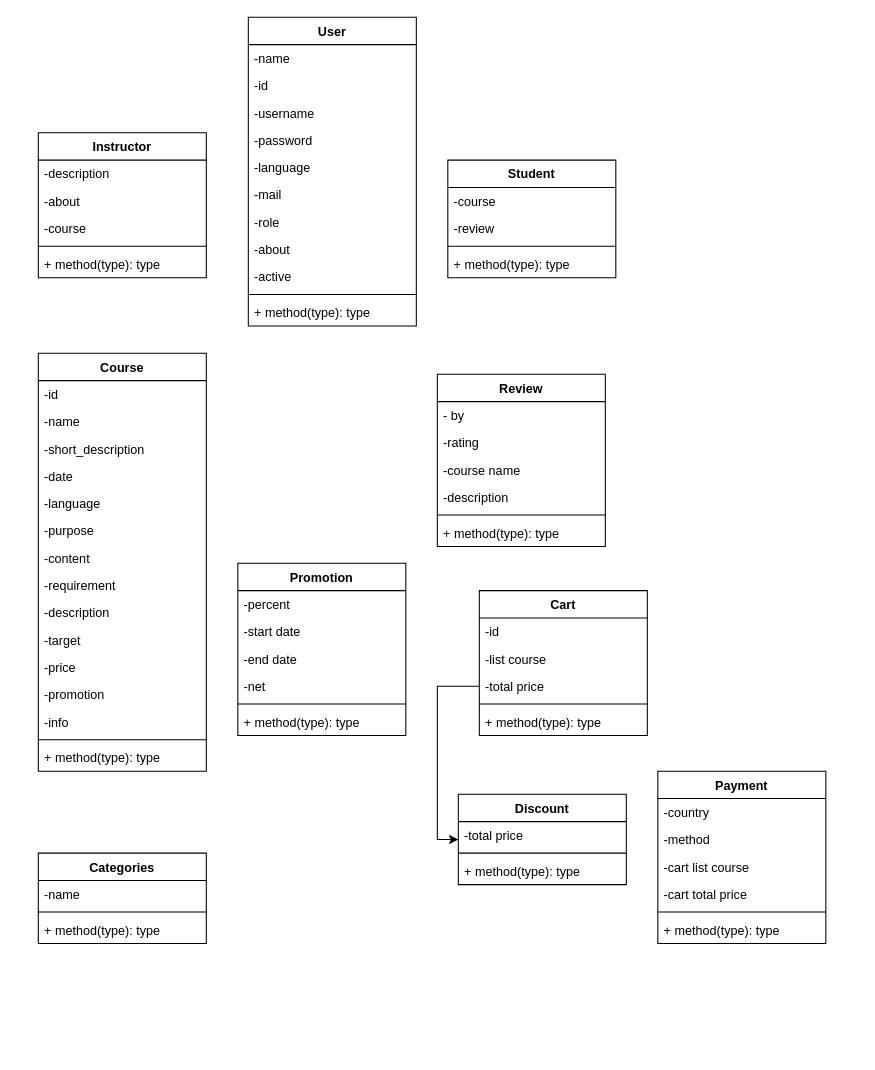
pratanporn13promax/OOP-Class-Sequence-UseCase-Diagram keeps this draw.io diagram as class.drawio. Above is the earlier version. Source tidied: cells renumbered, new cells numbered last; positions are measured from the earlier drawing's top-left corner, leaving out a move shared by most shapes. Both pictures are drawn from the tidied source at 105%, with x=0, y=0 at pixel (38, 17).
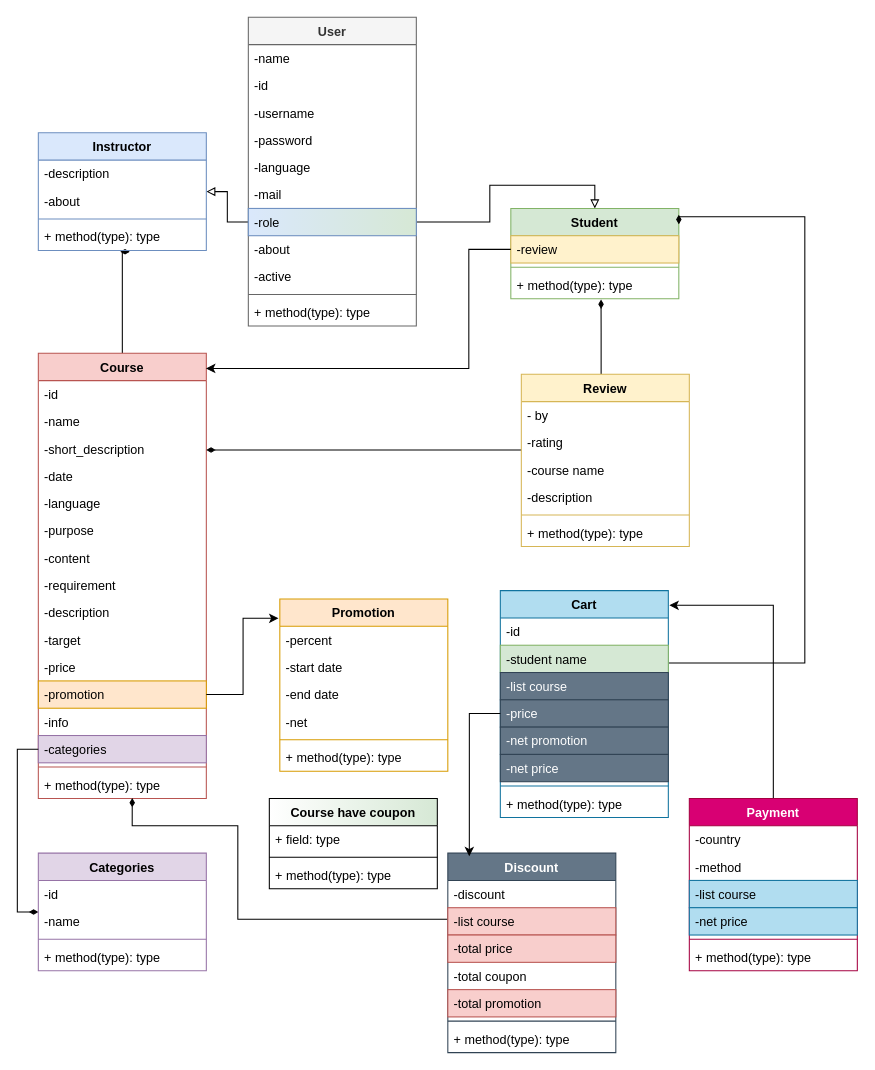
The same diagram, later.

Change to the diagram source:
```diff
@@
+    <mxCell id="77" style="edgeStyle=orthogonalEdgeStyle;rounded=0;jettySize=auto;html=1;endArrow=diamondThin;endFill=1;entryX=0.488;entryY=1.05;entryDx=0;entryDy=0;entryPerimeter=0;" parent="1" edge="1" source="2" target="23">
+      <mxGeometry relative="1" as="geometry">
+        <Array as="points">
+          <mxPoint x="80" y="223" />
+        </Array>
+      </mxGeometry>
+    </mxCell>
-    <mxCell id="2" value="Course" style="swimlane;fontStyle=1;align=center;verticalAlign=top;horizontal=1;startSize=26;" parent="1" vertex="1">
-      <mxGeometry y="320" width="160" height="398" as="geometry" />
+    <mxCell id="2" value="Course" style="swimlane;fontStyle=1;align=center;verticalAlign=top;horizontal=1;startSize=26;fillColor=#f8cecc;strokeColor=#b85450;" parent="1" vertex="1">
+      <mxGeometry y="320" width="160" height="424" as="geometry" />
     </mxCell>
@@
-    <mxCell id="14" value="-promotion" style="text;strokeColor=none;fillColor=none;align=left;verticalAlign=top;spacingLeft=4;spacingRight=4;overflow=hidden;points=[[0,0.5],[1,0.5]];portConstraint=eastwest;" parent="2" vertex="1">
+    <mxCell id="14" value="-promotion" style="text;strokeColor=#d79b00;fillColor=#ffe6cc;align=left;verticalAlign=top;spacingLeft=4;spacingRight=4;overflow=hidden;points=[[0,0.5],[1,0.5]];portConstraint=eastwest;" parent="2" vertex="1">
       <mxGeometry y="312" width="160" height="26" as="geometry" />
     </mxCell>
+    <mxCell id="78" value="-info" style="text;strokeColor=none;fillColor=none;align=left;verticalAlign=top;spacingLeft=4;spacingRight=4;overflow=hidden;" parent="2" vertex="1">
+      <mxGeometry y="338" width="160" height="26" as="geometry" />
+    </mxCell>
-    <mxCell id="15" value="-info" style="text;strokeColor=none;fillColor=none;align=left;verticalAlign=top;spacingLeft=4;spacingRight=4;overflow=hidden;points=[[0,0.5],[1,0.5]];portConstraint=eastwest;" parent="2" vertex="1">
-      <mxGeometry y="338" width="160" height="26" as="geometry" />
+    <mxCell id="15" value="-categories" style="text;strokeColor=#9673a6;fillColor=#e1d5e7;align=left;verticalAlign=top;spacingLeft=4;spacingRight=4;overflow=hidden;points=[[0,0.5],[1,0.5]];portConstraint=eastwest;" parent="2" vertex="1">
+      <mxGeometry y="364" width="160" height="26" as="geometry" />
     </mxCell>
     <mxCell id="16" style="line;strokeWidth=1;fillColor=none;align=left;verticalAlign=middle;spacingTop=-1;spacingLeft=3;spacingRight=3;labelPosition=right;strokeColor=inherit;" parent="2" vertex="1">
-      <mxGeometry y="364" width="160" height="8" as="geometry" />
+      <mxGeometry y="390" width="160" height="8" as="geometry" />
     </mxCell>
     <mxCell id="17" value="+ method(type): type" style="text;strokeColor=none;fillColor=none;align=left;verticalAlign=top;spacingLeft=4;spacingRight=4;overflow=hidden;points=[[0,0.5],[1,0.5]];portConstraint=eastwest;" parent="2" vertex="1">
-      <mxGeometry y="372" width="160" height="26" as="geometry" />
+      <mxGeometry y="398" width="160" height="26" as="geometry" />
     </mxCell>
+    <mxCell id="79" style="edgeStyle=orthogonalEdgeStyle;rounded=0;jettySize=auto;html=1;endArrow=none;endFill=0;startArrow=block;startFill=0;" parent="1" edge="1" source="18" target="36">
+      <mxGeometry relative="1" as="geometry" />
+    </mxCell>
-    <mxCell id="18" value="Instructor" style="swimlane;fontStyle=1;align=center;verticalAlign=top;horizontal=1;startSize=26;" parent="1" vertex="1">
-      <mxGeometry y="110" width="160" height="138" as="geometry" />
+    <mxCell id="18" value="Instructor" style="swimlane;fontStyle=1;align=center;verticalAlign=top;horizontal=1;startSize=26;fillColor=#dae8fc;strokeColor=#6c8ebf;" parent="1" vertex="1">
+      <mxGeometry y="110" width="160" height="112" as="geometry" />
     </mxCell>
@@
-    <mxCell id="21" value="-course" style="text;strokeColor=none;fillColor=none;align=left;verticalAlign=top;spacingLeft=4;spacingRight=4;overflow=hidden;" parent="18" vertex="1">
-      <mxGeometry y="78" width="160" height="26" as="geometry" />
-    </mxCell>
     <mxCell id="22" style="line;strokeWidth=1;fillColor=none;align=left;verticalAlign=middle;spacingTop=-1;spacingLeft=3;spacingRight=3;labelPosition=right;strokeColor=inherit;" parent="18" vertex="1">
-      <mxGeometry y="104" width="160" height="8" as="geometry" />
+      <mxGeometry y="78" width="160" height="8" as="geometry" />
     </mxCell>
     <mxCell id="23" value="+ method(type): type" style="text;strokeColor=none;fillColor=none;align=left;verticalAlign=top;spacingLeft=4;spacingRight=4;overflow=hidden;points=[[0,0.5],[1,0.5]];portConstraint=eastwest;" parent="18" vertex="1">
-      <mxGeometry y="112" width="160" height="26" as="geometry" />
+      <mxGeometry y="86" width="160" height="26" as="geometry" />
     </mxCell>
+    <mxCell id="80" style="edgeStyle=orthogonalEdgeStyle;rounded=0;jettySize=auto;html=1;endArrow=none;endFill=0;startArrow=block;startFill=0;" parent="1" edge="1" source="24" target="36">
+      <mxGeometry relative="1" as="geometry">
+        <Array as="points">
+          <mxPoint x="530" y="160" />
+          <mxPoint x="430" y="160" />
+          <mxPoint x="430" y="195" />
+        </Array>
+      </mxGeometry>
+    </mxCell>
-    <mxCell id="24" value="Student" style="swimlane;fontStyle=1;align=center;verticalAlign=top;horizontal=1;startSize=26;" parent="1" vertex="1">
-      <mxGeometry x="390" y="136" width="160" height="112" as="geometry" />
+    <mxCell id="24" value="Student" style="swimlane;fontStyle=1;align=center;verticalAlign=top;horizontal=1;startSize=26;fillColor=#d5e8d4;strokeColor=#82b366;" parent="1" vertex="1">
+      <mxGeometry x="450" y="182" width="160" height="86" as="geometry" />
     </mxCell>
-    <mxCell id="25" value="-course" style="text;strokeColor=none;fillColor=none;align=left;verticalAlign=top;spacingLeft=4;spacingRight=4;overflow=hidden;" parent="24" vertex="1">
-      <mxGeometry y="26" width="160" height="26" as="geometry" />
-    </mxCell>
-    <mxCell id="26" value="-review" style="text;strokeColor=none;fillColor=none;align=left;verticalAlign=top;spacingLeft=4;spacingRight=4;overflow=hidden;" parent="24" vertex="1">
-      <mxGeometry y="52" width="160" height="26" as="geometry" />
+    <mxCell id="26" value="-review" style="text;strokeColor=#d6b656;fillColor=#fff2cc;align=left;verticalAlign=top;spacingLeft=4;spacingRight=4;overflow=hidden;" parent="24" vertex="1">
+      <mxGeometry y="26" width="160" height="26" as="geometry" />
     </mxCell>
     <mxCell id="27" style="line;strokeWidth=1;fillColor=none;align=left;verticalAlign=middle;spacingTop=-1;spacingLeft=3;spacingRight=3;labelPosition=right;strokeColor=inherit;" parent="24" vertex="1">
-      <mxGeometry y="78" width="160" height="8" as="geometry" />
+      <mxGeometry y="52" width="160" height="8" as="geometry" />
     </mxCell>
     <mxCell id="28" value="+ method(type): type" style="text;strokeColor=none;fillColor=none;align=left;verticalAlign=top;spacingLeft=4;spacingRight=4;overflow=hidden;points=[[0,0.5],[1,0.5]];portConstraint=eastwest;" parent="24" vertex="1">
-      <mxGeometry y="86" width="160" height="26" as="geometry" />
+      <mxGeometry y="60" width="160" height="26" as="geometry" />
     </mxCell>
-    <mxCell id="29" value="User" style="swimlane;fontStyle=1;align=center;verticalAlign=top;horizontal=1;startSize=26;" parent="1" vertex="1">
+    <mxCell id="29" value="User" style="swimlane;fontStyle=1;align=center;verticalAlign=top;horizontal=1;startSize=26;fillColor=#f5f5f5;fontColor=#333333;strokeColor=#666666;" parent="1" vertex="1">
       <mxGeometry x="200" width="160" height="294" as="geometry" />
     </mxCell>
@@
-    <mxCell id="36" value="-role" style="text;strokeColor=none;fillColor=none;align=left;verticalAlign=top;spacingLeft=4;spacingRight=4;overflow=hidden;points=[[0,0.5],[1,0.5]];portConstraint=eastwest;" parent="29" vertex="1">
+    <mxCell id="36" value="-role" style="text;strokeColor=#6c8ebf;fillColor=#dae8fc;align=left;verticalAlign=top;spacingLeft=4;spacingRight=4;overflow=hidden;points=[[0,0.5],[1,0.5]];portConstraint=eastwest;gradientColor=#d6e8d5;gradientDirection=east;" parent="29" vertex="1">
       <mxGeometry y="182" width="160" height="26" as="geometry" />
     </mxCell>
@@
+    <mxCell id="81" style="edgeStyle=orthogonalEdgeStyle;rounded=0;jettySize=auto;html=1;entryX=0.537;entryY=1.027;entryDx=0;entryDy=0;startArrow=none;startFill=0;endArrow=diamondThin;endFill=1;entryPerimeter=0;" parent="1" edge="1" source="41" target="28">
+      <mxGeometry relative="1" as="geometry">
+        <Array as="points">
+          <mxPoint x="536" y="300" />
+          <mxPoint x="536" y="300" />
+        </Array>
+      </mxGeometry>
+    </mxCell>
+    <mxCell id="82" style="edgeStyle=orthogonalEdgeStyle;rounded=0;jettySize=auto;html=1;startArrow=none;startFill=0;endArrow=diamondThin;endFill=1;" parent="1" edge="1" source="41" target="2">
+      <mxGeometry relative="1" as="geometry">
+        <Array as="points">
+          <mxPoint x="240" y="412" />
+          <mxPoint x="240" y="412" />
+        </Array>
+      </mxGeometry>
+    </mxCell>
-    <mxCell id="41" value="Review" style="swimlane;fontStyle=1;align=center;verticalAlign=top;horizontal=1;startSize=26;" parent="1" vertex="1">
-      <mxGeometry x="380" y="340" width="160" height="164" as="geometry" />
+    <mxCell id="41" value="Review" style="swimlane;fontStyle=1;align=center;verticalAlign=top;horizontal=1;startSize=26;fillColor=#fff2cc;strokeColor=#d6b656;" parent="1" vertex="1">
+      <mxGeometry x="460" y="340" width="160" height="164" as="geometry" />
     </mxCell>
@@
+    <mxCell id="83" style="edgeStyle=orthogonalEdgeStyle;rounded=0;jettySize=auto;html=1;entryX=0;entryY=0.5;entryDx=0;entryDy=0;startArrow=diamondThin;startFill=1;endArrow=none;endFill=0;" parent="1" edge="1" source="48" target="15">
+      <mxGeometry relative="1" as="geometry">
+        <Array as="points">
+          <mxPoint x="-20" y="852" />
+          <mxPoint x="-20" y="697" />
+        </Array>
+      </mxGeometry>
+    </mxCell>
-    <mxCell id="48" value="Categories" style="swimlane;fontStyle=1;align=center;verticalAlign=top;horizontal=1;startSize=26;" parent="1" vertex="1">
-      <mxGeometry y="796" width="160" height="86" as="geometry" />
+    <mxCell id="48" value="Categories" style="swimlane;fontStyle=1;align=center;verticalAlign=top;horizontal=1;startSize=26;fillColor=#e1d5e7;strokeColor=#9673a6;" parent="1" vertex="1">
+      <mxGeometry y="796" width="160" height="112" as="geometry" />
     </mxCell>
+    <mxCell id="84" value="-id" style="text;strokeColor=none;fillColor=none;align=left;verticalAlign=top;spacingLeft=4;spacingRight=4;overflow=hidden;" parent="48" vertex="1">
+      <mxGeometry y="26" width="160" height="26" as="geometry" />
+    </mxCell>
     <mxCell id="49" value="-name" style="text;strokeColor=none;fillColor=none;align=left;verticalAlign=top;spacingLeft=4;spacingRight=4;overflow=hidden;" parent="48" vertex="1">
-      <mxGeometry y="26" width="160" height="26" as="geometry" />
+      <mxGeometry y="52" width="160" height="26" as="geometry" />
     </mxCell>
     <mxCell id="50" style="line;strokeWidth=1;fillColor=none;align=left;verticalAlign=middle;spacingTop=-1;spacingLeft=3;spacingRight=3;labelPosition=right;strokeColor=inherit;" parent="48" vertex="1">
-      <mxGeometry y="52" width="160" height="8" as="geometry" />
+      <mxGeometry y="78" width="160" height="8" as="geometry" />
     </mxCell>
     <mxCell id="51" value="+ method(type): type" style="text;strokeColor=none;fillColor=none;align=left;verticalAlign=top;spacingLeft=4;spacingRight=4;overflow=hidden;" parent="48" vertex="1">
-      <mxGeometry y="60" width="160" height="26" as="geometry" />
+      <mxGeometry y="86" width="160" height="26" as="geometry" />
     </mxCell>
+    <mxCell id="85" style="edgeStyle=orthogonalEdgeStyle;rounded=0;jettySize=auto;html=1;entryX=1;entryY=0.071;entryDx=0;entryDy=0;entryPerimeter=0;startArrow=none;startFill=0;endArrow=diamondThin;endFill=1;" parent="1" edge="1" source="52" target="24">
+      <mxGeometry relative="1" as="geometry">
+        <Array as="points">
+          <mxPoint x="730" y="615" />
+          <mxPoint x="730" y="190" />
+        </Array>
+      </mxGeometry>
+    </mxCell>
+    <mxCell id="86" style="edgeStyle=orthogonalEdgeStyle;rounded=0;jettySize=auto;html=1;startArrow=none;startFill=0;endArrow=diamondThin;endFill=1;entryX=0.559;entryY=0.979;entryDx=0;entryDy=0;entryPerimeter=0;" parent="1" edge="1" source="72" target="17">
+      <mxGeometry relative="1" as="geometry">
+        <Array as="points">
+          <mxPoint x="190" y="859" />
+          <mxPoint x="190" y="770" />
+          <mxPoint x="89" y="770" />
+        </Array>
+      </mxGeometry>
+    </mxCell>
-    <mxCell id="52" value="Cart" style="swimlane;fontStyle=1;align=center;verticalAlign=top;horizontal=1;startSize=26;" parent="1" vertex="1">
-      <mxGeometry x="420" y="546" width="160" height="138" as="geometry" />
+    <mxCell id="52" value="Cart" style="swimlane;fontStyle=1;align=center;verticalAlign=top;horizontal=1;startSize=26;fillColor=#b1ddf0;strokeColor=#10739e;" parent="1" vertex="1">
+      <mxGeometry x="440" y="546" width="160" height="216" as="geometry" />
     </mxCell>
@@
+    <mxCell id="87" value="-student name" style="text;strokeColor=#82b366;fillColor=#d5e8d4;align=left;verticalAlign=top;spacingLeft=4;spacingRight=4;overflow=hidden;" parent="52" vertex="1">
+      <mxGeometry y="52" width="160" height="26" as="geometry" />
+    </mxCell>
-    <mxCell id="54" value="-list course" style="text;strokeColor=none;fillColor=none;align=left;verticalAlign=top;spacingLeft=4;spacingRight=4;overflow=hidden;" parent="52" vertex="1">
-      <mxGeometry y="52" width="160" height="26" as="geometry" />
+    <mxCell id="54" value="-list course" style="text;strokeColor=#314354;fillColor=#647687;align=left;verticalAlign=top;spacingLeft=4;spacingRight=4;overflow=hidden;fontColor=#ffffff;" parent="52" vertex="1">
+      <mxGeometry y="78" width="160" height="26" as="geometry" />
     </mxCell>
-    <mxCell id="55" value="-total price" style="text;strokeColor=none;fillColor=none;align=left;verticalAlign=top;spacingLeft=4;spacingRight=4;overflow=hidden;points=[[0,0.5],[1,0.5]];portConstraint=eastwest;" parent="52" vertex="1">
-      <mxGeometry y="78" width="160" height="26" as="geometry" />
+    <mxCell id="55" value="-price&#10;" style="text;strokeColor=#314354;fillColor=#647687;align=left;verticalAlign=top;spacingLeft=4;spacingRight=4;overflow=hidden;points=[[0,0.5],[1,0.5]];portConstraint=eastwest;fontColor=#ffffff;" parent="52" vertex="1">
+      <mxGeometry y="104" width="160" height="26" as="geometry" />
     </mxCell>
+    <mxCell id="88" value="-net promotion" style="text;strokeColor=#314354;fillColor=#647687;align=left;verticalAlign=top;spacingLeft=4;spacingRight=4;overflow=hidden;fontColor=#ffffff;" parent="52" vertex="1">
+      <mxGeometry y="130" width="160" height="26" as="geometry" />
+    </mxCell>
+    <mxCell id="89" value="-net price&#10;" style="text;strokeColor=#314354;fillColor=#647687;align=left;verticalAlign=top;spacingLeft=4;spacingRight=4;overflow=hidden;fontColor=#ffffff;" parent="52" vertex="1">
+      <mxGeometry y="156" width="160" height="26" as="geometry" />
+    </mxCell>
     <mxCell id="56" style="line;strokeWidth=1;fillColor=none;align=left;verticalAlign=middle;spacingTop=-1;spacingLeft=3;spacingRight=3;labelPosition=right;strokeColor=inherit;" parent="52" vertex="1">
-      <mxGeometry y="104" width="160" height="8" as="geometry" />
+      <mxGeometry y="182" width="160" height="8" as="geometry" />
     </mxCell>
     <mxCell id="57" value="+ method(type): type" style="text;strokeColor=none;fillColor=none;align=left;verticalAlign=top;spacingLeft=4;spacingRight=4;overflow=hidden;" parent="52" vertex="1">
-      <mxGeometry y="112" width="160" height="26" as="geometry" />
+      <mxGeometry y="190" width="160" height="26" as="geometry" />
     </mxCell>
+    <mxCell id="90" style="edgeStyle=orthogonalEdgeStyle;rounded=0;jettySize=auto;html=1;startArrow=none;startFill=0;endArrow=classic;endFill=1;" parent="1" edge="1" source="58">
+      <mxGeometry relative="1" as="geometry">
+        <mxPoint x="601" y="560" as="targetPoint" />
+        <Array as="points">
+          <mxPoint x="700" y="560" />
+          <mxPoint x="601" y="560" />
+        </Array>
+      </mxGeometry>
+    </mxCell>
-    <mxCell id="58" value="Payment" style="swimlane;fontStyle=1;align=center;verticalAlign=top;horizontal=1;startSize=26;" parent="1" vertex="1">
-      <mxGeometry x="590" y="718" width="160" height="164" as="geometry" />
+    <mxCell id="58" value="Payment" style="swimlane;fontStyle=1;align=center;verticalAlign=top;horizontal=1;startSize=26;fillColor=#d80073;fontColor=#ffffff;strokeColor=#A50040;" parent="1" vertex="1">
+      <mxGeometry x="620" y="744" width="160" height="164" as="geometry" />
     </mxCell>
@@
-    <mxCell id="61" value="-cart list course" style="text;strokeColor=none;fillColor=none;align=left;verticalAlign=top;spacingLeft=4;spacingRight=4;overflow=hidden;" parent="58" vertex="1">
-      <mxGeometry y="78" width="160" height="26" as="geometry" />
-    </mxCell>
+    <mxCell id="91" value="-list course" style="text;strokeColor=#10739e;fillColor=#b1ddf0;align=left;verticalAlign=top;spacingLeft=4;spacingRight=4;overflow=hidden;" parent="58" vertex="1">
+      <mxGeometry y="78" width="160" height="26" as="geometry" />
+    </mxCell>
-    <mxCell id="62" value="-cart total price" style="text;strokeColor=none;fillColor=none;align=left;verticalAlign=top;spacingLeft=4;spacingRight=4;overflow=hidden;" parent="58" vertex="1">
+    <mxCell id="62" value="-net price" style="text;strokeColor=#10739e;fillColor=#b1ddf0;align=left;verticalAlign=top;spacingLeft=4;spacingRight=4;overflow=hidden;" parent="58" vertex="1">
       <mxGeometry y="104" width="160" height="26" as="geometry" />
     </mxCell>
@@
-    <mxCell id="65" value="Promotion" style="swimlane;fontStyle=1;align=center;verticalAlign=top;horizontal=1;startSize=26;" parent="1" vertex="1">
-      <mxGeometry x="190" y="520" width="160" height="164" as="geometry" />
+    <mxCell id="65" value="Promotion" style="swimlane;fontStyle=1;align=center;verticalAlign=top;horizontal=1;startSize=26;fillColor=#ffe6cc;strokeColor=#d79b00;" parent="1" vertex="1">
+      <mxGeometry x="230" y="554" width="160" height="164" as="geometry" />
     </mxCell>
@@
-    <mxCell id="72" value="Discount" style="swimlane;fontStyle=1;align=center;verticalAlign=top;horizontal=1;startSize=26;" parent="1" vertex="1">
-      <mxGeometry x="400" y="740" width="160" height="86" as="geometry" />
+    <mxCell id="72" value="Discount" style="swimlane;fontStyle=1;align=center;verticalAlign=top;horizontal=1;startSize=26;fillColor=#647687;strokeColor=#314354;fontColor=#ffffff;" parent="1" vertex="1">
+      <mxGeometry x="390" y="796" width="160" height="190" as="geometry" />
     </mxCell>
+    <mxCell id="92" value="-discount" style="text;strokeColor=none;fillColor=none;align=left;verticalAlign=top;spacingLeft=4;spacingRight=4;overflow=hidden;" parent="72" vertex="1">
+      <mxGeometry y="26" width="160" height="26" as="geometry" />
+    </mxCell>
+    <mxCell id="93" value="-list course" style="text;strokeColor=#b85450;fillColor=#f8cecc;align=left;verticalAlign=top;spacingLeft=4;spacingRight=4;overflow=hidden;" parent="72" vertex="1">
+      <mxGeometry y="52" width="160" height="26" as="geometry" />
+    </mxCell>
-    <mxCell id="73" value="-total price" style="text;strokeColor=none;fillColor=none;align=left;verticalAlign=top;spacingLeft=4;spacingRight=4;overflow=hidden;" parent="72" vertex="1">
-      <mxGeometry y="26" width="160" height="26" as="geometry" />
+    <mxCell id="73" value="-total price" style="text;strokeColor=#b85450;fillColor=#f8cecc;align=left;verticalAlign=top;spacingLeft=4;spacingRight=4;overflow=hidden;" parent="72" vertex="1">
+      <mxGeometry y="78" width="160" height="26" as="geometry" />
     </mxCell>
+    <mxCell id="94" value="-total coupon " style="text;align=left;verticalAlign=top;spacingLeft=4;spacingRight=4;overflow=hidden;" parent="72" vertex="1">
+      <mxGeometry y="104" width="160" height="26" as="geometry" />
+    </mxCell>
+    <mxCell id="95" value="-total promotion " style="text;strokeColor=#b85450;fillColor=#f8cecc;align=left;verticalAlign=top;spacingLeft=4;spacingRight=4;overflow=hidden;fontStyle=0;" parent="72" vertex="1">
+      <mxGeometry y="130" width="160" height="26" as="geometry" />
+    </mxCell>
     <mxCell id="74" style="line;strokeWidth=1;fillColor=none;align=left;verticalAlign=middle;spacingTop=-1;spacingLeft=3;spacingRight=3;labelPosition=right;strokeColor=inherit;" parent="72" vertex="1">
-      <mxGeometry y="52" width="160" height="8" as="geometry" />
+      <mxGeometry y="156" width="160" height="8" as="geometry" />
     </mxCell>
     <mxCell id="75" value="+ method(type): type" style="text;strokeColor=none;fillColor=none;align=left;verticalAlign=top;spacingLeft=4;spacingRight=4;overflow=hidden;" parent="72" vertex="1">
-      <mxGeometry y="60" width="160" height="26" as="geometry" />
+      <mxGeometry y="164" width="160" height="26" as="geometry" />
     </mxCell>
+    <mxCell id="96" style="edgeStyle=orthogonalEdgeStyle;rounded=0;jettySize=auto;html=1;entryX=0.998;entryY=0.034;entryDx=0;entryDy=0;entryPerimeter=0;startArrow=none;startFill=0;endArrow=classic;endFill=1;" parent="1" edge="1" target="2">
+      <mxGeometry relative="1" as="geometry">
+        <mxPoint x="450" y="221" as="sourcePoint" />
+        <Array as="points">
+          <mxPoint x="410" y="221" />
+          <mxPoint x="410" y="334" />
+        </Array>
+      </mxGeometry>
+    </mxCell>
+    <mxCell id="97" style="edgeStyle=orthogonalEdgeStyle;rounded=0;jettySize=auto;html=1;entryX=-0.008;entryY=0.112;entryDx=0;entryDy=0;entryPerimeter=0;startArrow=none;startFill=0;endArrow=classic;endFill=1;" parent="1" edge="1" source="14" target="65">
+      <mxGeometry relative="1" as="geometry">
+        <Array as="points">
+          <mxPoint x="195" y="645" />
+          <mxPoint x="195" y="572" />
+        </Array>
+      </mxGeometry>
+    </mxCell>
-    <mxCell id="76" style="edgeStyle=orthogonalEdgeStyle;rounded=0;jettySize=auto;html=1;entryX=0;entryY=0.5;entryDx=0;entryDy=0;" parent="1" edge="1" source="55" target="72">
+    <mxCell id="76" style="edgeStyle=orthogonalEdgeStyle;rounded=0;jettySize=auto;html=1;entryX=0.128;entryY=0.016;entryDx=0;entryDy=0;entryPerimeter=0;startArrow=none;startFill=0;endArrow=classic;endFill=1;" parent="1" edge="1" source="55" target="72">
       <mxGeometry relative="1" as="geometry" />
     </mxCell>
+    <mxCell id="98" value="Course have coupon" style="swimlane;fontStyle=1;align=center;verticalAlign=top;horizontal=1;startSize=26;fillStyle=auto;gradientColor=#d6e8d5;gradientDirection=east;" parent="1" vertex="1">
+      <mxGeometry x="220" y="744" width="160" height="86" as="geometry" />
+    </mxCell>
+    <mxCell id="99" value="+ field: type" style="text;strokeColor=none;fillColor=none;align=left;verticalAlign=top;spacingLeft=4;spacingRight=4;overflow=hidden;" parent="98" vertex="1">
+      <mxGeometry y="26" width="160" height="26" as="geometry" />
+    </mxCell>
+    <mxCell id="100" style="line;strokeWidth=1;fillColor=none;align=left;verticalAlign=middle;spacingTop=-1;spacingLeft=3;spacingRight=3;labelPosition=right;strokeColor=inherit;fillStyle=auto;" parent="98" vertex="1">
+      <mxGeometry y="52" width="160" height="8" as="geometry" />
+    </mxCell>
+    <mxCell id="101" value="+ method(type): type" style="text;strokeColor=none;fillColor=none;align=left;verticalAlign=top;spacingLeft=4;spacingRight=4;overflow=hidden;" parent="98" vertex="1">
+      <mxGeometry y="60" width="160" height="26" as="geometry" />
+    </mxCell>
```
